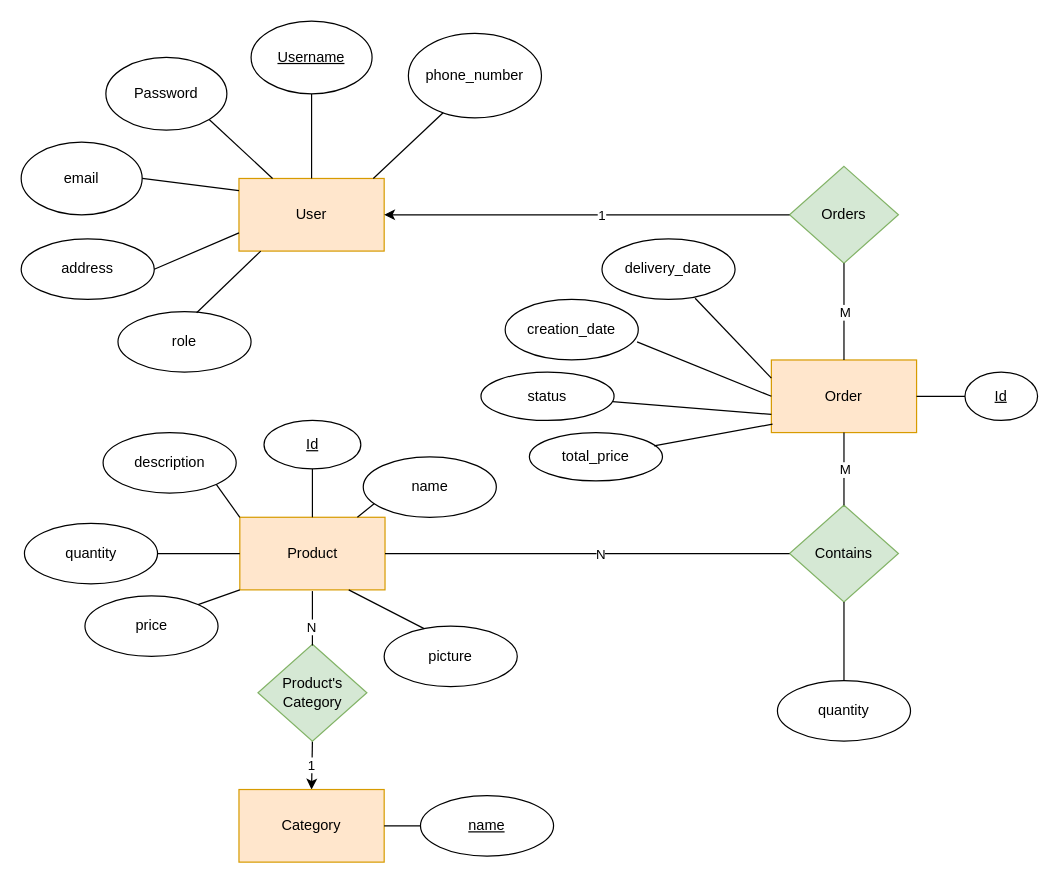
The draw.io diagram page "Version 1.0" (1 of 2) of Docs/webshop-adatmodell.drawio in ETomi24/Webshop-backend, before the edit. Source tidied: cells renumbered, new cells numbered last; positions are measured from the earlier drawing's top-left corner, leaving out a move shared by most shapes. Both pictures are drawn from the tidied source at 121%, with x=0, y=0 at pixel (21, 21).
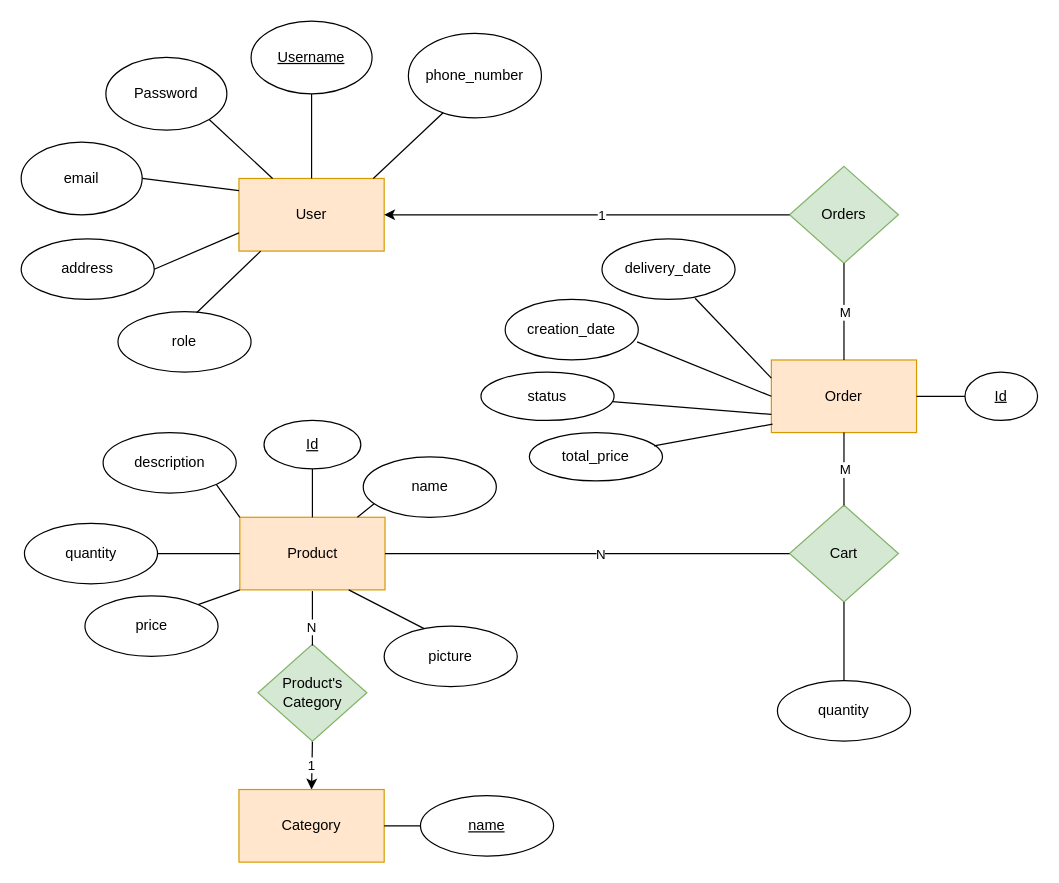
The same diagram, later.

Diff of the diagram source:
```diff
@@
-    <mxCell id="35" value="Contains" style="rhombus;whiteSpace=wrap;html=1;fillColor=#d5e8d4;strokeColor=#82b366;rotation=0;" parent="1" vertex="1">
+    <mxCell id="35" value="Cart" style="rhombus;whiteSpace=wrap;html=1;fillColor=#d5e8d4;strokeColor=#82b366;rotation=0;" parent="1" vertex="1">
       <mxGeometry x="635" y="400" width="90" height="80" as="geometry" />
     </mxCell>
```
